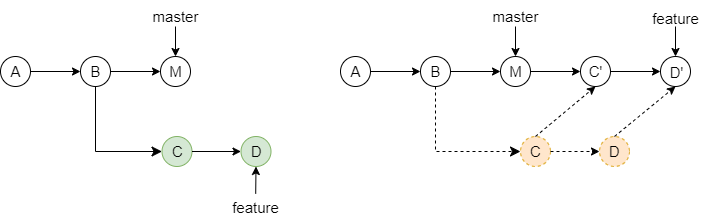
Earlier version of the draw.io export git/git rebase工作原理.drawio.png (guxdong/imgrepo). Source tidied: cells renumbered, new cells last; positions are measured from the earlier drawing's top-left corner, leaving out a move shared by most shapes.
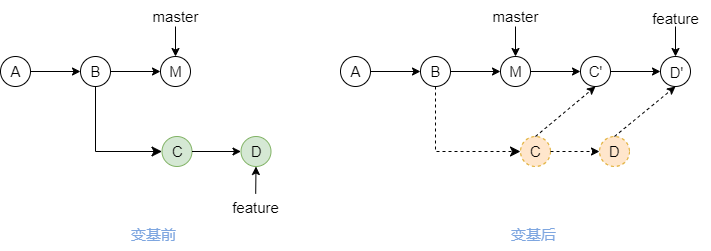
The same file after the commit.

Commit message:
更新git rebase工作原理.drawio.png

What changed in the source:
```diff
@@ -150,5 +150,11 @@
         </Array>
       </mxGeometry>
     </mxCell>
+    <mxCell id="46" value="&lt;font style=&quot;font-size: 15px;&quot;&gt;变基前&lt;/font&gt;" style="text;html=1;align=center;verticalAlign=middle;strokeColor=none;fillColor=none;fontColor=#7EA6E0;" parent="1" vertex="1">
+      <mxGeometry x="120" y="216" width="65" height="35" as="geometry" />
+    </mxCell>
+    <mxCell id="47" value="&lt;font style=&quot;font-size: 15px;&quot;&gt;变基后&lt;/font&gt;" style="text;html=1;align=center;verticalAlign=middle;strokeColor=none;fillColor=none;fontColor=#7EA6E0;" parent="1" vertex="1">
+      <mxGeometry x="500" y="216" width="65" height="35" as="geometry" />
+    </mxCell>
   </root>
 </mxGraphModel>
```
